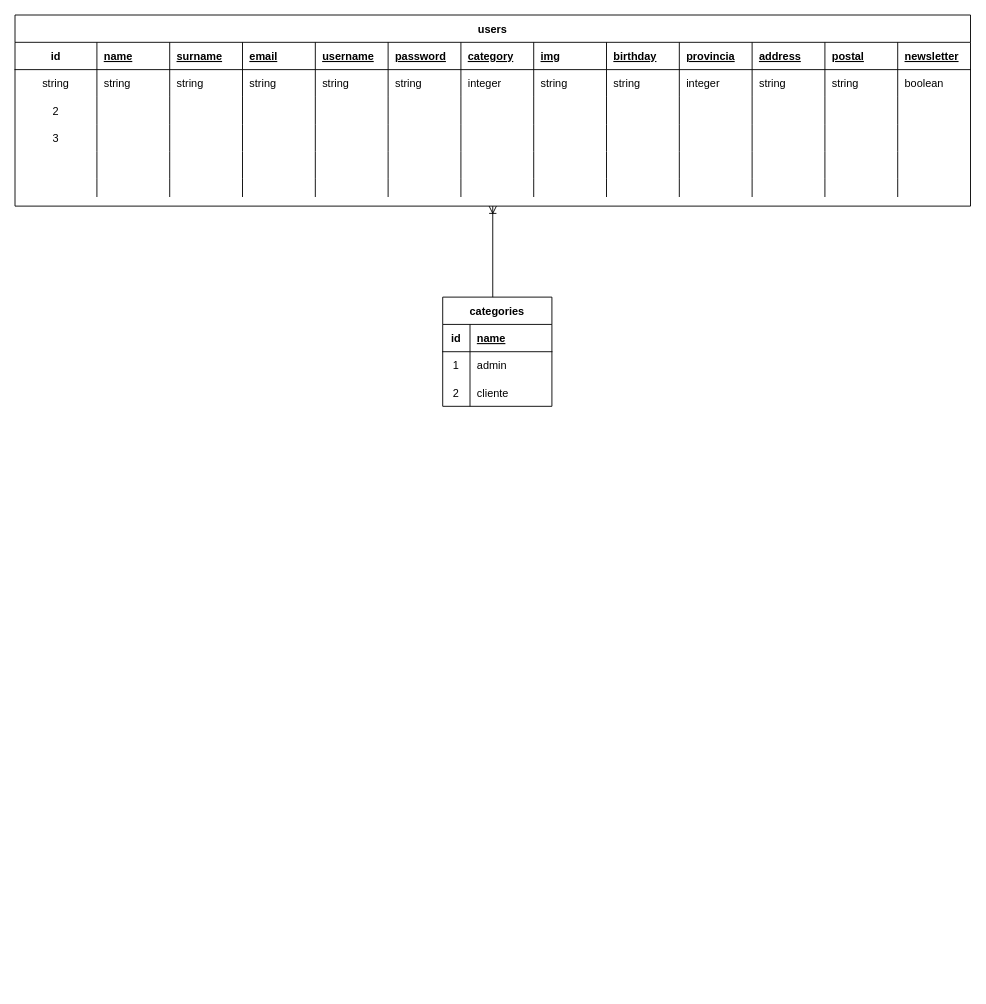
This is Untitled Diagram.drawio from mateocampillo/grupo_5_ropadeportiva, a draw.io file, before an edit. Source tidied: cells renumbered, new cells numbered last; positions are measured from the earlier drawing's top-left corner, leaving out a move shared by most shapes. Both pictures are drawn from the tidied source at 91%, with x=0, y=0 at pixel (15, 15).
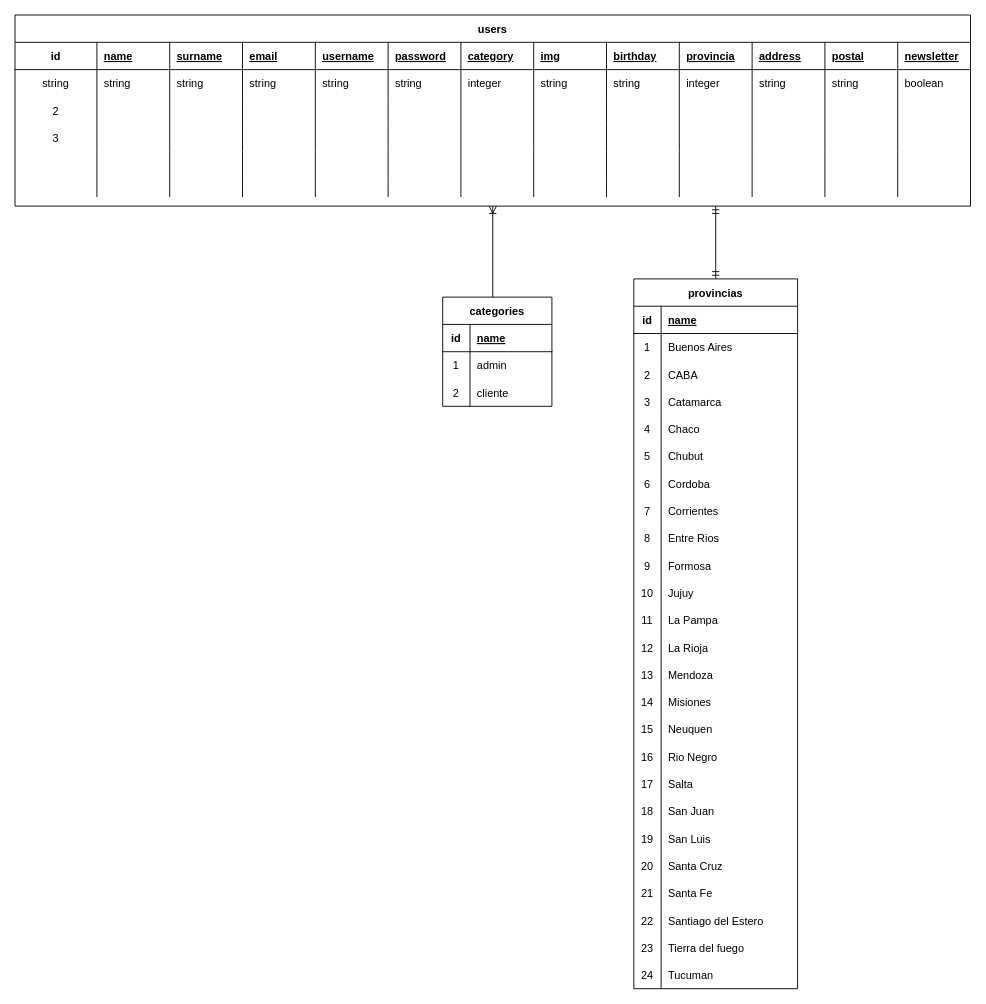
After the change.

Commit message:
tabla provincias

Change to the diagram source:
```diff
@@
+    <mxCell id="98" value="provincias" style="shape=table;startSize=30;childLayout=tableLayout;rowLines=0;fontStyle=1;align=center;" parent="1" vertex="1">
+      <mxGeometry x="680" y="290" width="180" height="780" as="geometry" />
+    </mxCell>
+    <mxCell id="99" style="shape=tableRow;horizontal=0;startSize=0;swimlaneHead=0;swimlaneBody=0;fillColor=none;top=0;left=0;right=0;bottom=1;" parent="98" vertex="1">
+      <mxGeometry y="30" width="180" height="30" as="geometry" />
+    </mxCell>
+    <mxCell id="100" value="id" style="shape=partialRectangle;fillColor=none;top=0;left=0;bottom=0;right=0;fontStyle=1;overflow=hidden;" parent="99" vertex="1">
+      <mxGeometry width="30" height="30" as="geometry" />
+    </mxCell>
+    <mxCell id="101" value="name" style="shape=partialRectangle;fillColor=none;top=0;left=0;bottom=0;right=0;align=left;spacingLeft=6;fontStyle=5;overflow=hidden;" parent="99" vertex="1">
+      <mxGeometry x="30" width="150" height="30" as="geometry" />
+    </mxCell>
+    <mxCell id="102" style="shape=tableRow;horizontal=0;startSize=0;swimlaneHead=0;swimlaneBody=0;fillColor=none;top=0;left=0;right=0;bottom=0;" parent="98" vertex="1">
+      <mxGeometry y="60" width="180" height="30" as="geometry" />
+    </mxCell>
+    <mxCell id="103" value="1" style="shape=partialRectangle;fillColor=none;top=0;left=0;bottom=0;right=0;overflow=hidden;" parent="102" vertex="1">
+      <mxGeometry width="30" height="30" as="geometry" />
+    </mxCell>
+    <mxCell id="104" value="Buenos Aires" style="shape=partialRectangle;fillColor=none;top=0;left=0;bottom=0;right=0;align=left;spacingLeft=6;overflow=hidden;" parent="102" vertex="1">
+      <mxGeometry x="30" width="150" height="30" as="geometry" />
+    </mxCell>
+    <mxCell id="105" style="shape=tableRow;horizontal=0;startSize=0;swimlaneHead=0;swimlaneBody=0;fillColor=none;top=0;left=0;right=0;bottom=0;" parent="98" vertex="1">
+      <mxGeometry y="90" width="180" height="30" as="geometry" />
+    </mxCell>
+    <mxCell id="106" value="2" style="shape=partialRectangle;fillColor=none;top=0;left=0;bottom=0;right=0;overflow=hidden;" parent="105" vertex="1">
+      <mxGeometry width="30" height="30" as="geometry" />
+    </mxCell>
+    <mxCell id="107" value="CABA" style="shape=partialRectangle;fillColor=none;top=0;left=0;bottom=0;right=0;align=left;spacingLeft=6;overflow=hidden;" parent="105" vertex="1">
+      <mxGeometry x="30" width="150" height="30" as="geometry" />
+    </mxCell>
+    <mxCell id="108" style="shape=tableRow;horizontal=0;startSize=0;swimlaneHead=0;swimlaneBody=0;fillColor=none;top=0;left=0;right=0;bottom=0;" parent="98" vertex="1">
+      <mxGeometry y="120" width="180" height="30" as="geometry" />
+    </mxCell>
+    <mxCell id="109" value="3" style="shape=partialRectangle;fillColor=none;top=0;left=0;bottom=0;right=0;overflow=hidden;" parent="108" vertex="1">
+      <mxGeometry width="30" height="30" as="geometry" />
+    </mxCell>
+    <mxCell id="110" value="Catamarca" style="shape=partialRectangle;fillColor=none;top=0;left=0;bottom=0;right=0;align=left;spacingLeft=6;overflow=hidden;" parent="108" vertex="1">
+      <mxGeometry x="30" width="150" height="30" as="geometry" />
+    </mxCell>
+    <mxCell id="111" style="shape=tableRow;horizontal=0;startSize=0;swimlaneHead=0;swimlaneBody=0;fillColor=none;top=0;left=0;right=0;bottom=0;" parent="98" vertex="1">
+      <mxGeometry y="150" width="180" height="30" as="geometry" />
+    </mxCell>
+    <mxCell id="112" value="4" style="shape=partialRectangle;fillColor=none;top=0;left=0;bottom=0;right=0;overflow=hidden;" parent="111" vertex="1">
+      <mxGeometry width="30" height="30" as="geometry" />
+    </mxCell>
+    <mxCell id="113" value="Chaco" style="shape=partialRectangle;fillColor=none;top=0;left=0;bottom=0;right=0;align=left;spacingLeft=6;overflow=hidden;" parent="111" vertex="1">
+      <mxGeometry x="30" width="150" height="30" as="geometry" />
+    </mxCell>
+    <mxCell id="114" style="shape=tableRow;horizontal=0;startSize=0;swimlaneHead=0;swimlaneBody=0;fillColor=none;top=0;left=0;right=0;bottom=0;" parent="98" vertex="1">
+      <mxGeometry y="180" width="180" height="30" as="geometry" />
+    </mxCell>
+    <mxCell id="115" value="5" style="shape=partialRectangle;fillColor=none;top=0;left=0;bottom=0;right=0;overflow=hidden;" parent="114" vertex="1">
+      <mxGeometry width="30" height="30" as="geometry" />
+    </mxCell>
+    <mxCell id="116" value="Chubut" style="shape=partialRectangle;fillColor=none;top=0;left=0;bottom=0;right=0;align=left;spacingLeft=6;overflow=hidden;" parent="114" vertex="1">
+      <mxGeometry x="30" width="150" height="30" as="geometry" />
+    </mxCell>
+    <mxCell id="117" style="shape=tableRow;horizontal=0;startSize=0;swimlaneHead=0;swimlaneBody=0;fillColor=none;top=0;left=0;right=0;bottom=0;" parent="98" vertex="1">
+      <mxGeometry y="210" width="180" height="30" as="geometry" />
+    </mxCell>
+    <mxCell id="118" value="6" style="shape=partialRectangle;fillColor=none;top=0;left=0;bottom=0;right=0;overflow=hidden;" parent="117" vertex="1">
+      <mxGeometry width="30" height="30" as="geometry" />
+    </mxCell>
+    <mxCell id="119" value="Cordoba" style="shape=partialRectangle;fillColor=none;top=0;left=0;bottom=0;right=0;align=left;spacingLeft=6;overflow=hidden;" parent="117" vertex="1">
+      <mxGeometry x="30" width="150" height="30" as="geometry" />
+    </mxCell>
+    <mxCell id="120" style="shape=tableRow;horizontal=0;startSize=0;swimlaneHead=0;swimlaneBody=0;fillColor=none;top=0;left=0;right=0;bottom=0;" parent="98" vertex="1">
+      <mxGeometry y="240" width="180" height="30" as="geometry" />
+    </mxCell>
+    <mxCell id="121" value="7" style="shape=partialRectangle;fillColor=none;top=0;left=0;bottom=0;right=0;overflow=hidden;" parent="120" vertex="1">
+      <mxGeometry width="30" height="30" as="geometry" />
+    </mxCell>
+    <mxCell id="122" value="Corrientes" style="shape=partialRectangle;fillColor=none;top=0;left=0;bottom=0;right=0;align=left;spacingLeft=6;overflow=hidden;" parent="120" vertex="1">
+      <mxGeometry x="30" width="150" height="30" as="geometry" />
+    </mxCell>
+    <mxCell id="123" style="shape=tableRow;horizontal=0;startSize=0;swimlaneHead=0;swimlaneBody=0;fillColor=none;top=0;left=0;right=0;bottom=0;" parent="98" vertex="1">
+      <mxGeometry y="270" width="180" height="30" as="geometry" />
+    </mxCell>
+    <mxCell id="124" value="8" style="shape=partialRectangle;fillColor=none;top=0;left=0;bottom=0;right=0;overflow=hidden;" parent="123" vertex="1">
+      <mxGeometry width="30" height="30" as="geometry" />
+    </mxCell>
+    <mxCell id="125" value="Entre Rios" style="shape=partialRectangle;fillColor=none;top=0;left=0;bottom=0;right=0;align=left;spacingLeft=6;overflow=hidden;" parent="123" vertex="1">
+      <mxGeometry x="30" width="150" height="30" as="geometry" />
+    </mxCell>
+    <mxCell id="126" style="shape=tableRow;horizontal=0;startSize=0;swimlaneHead=0;swimlaneBody=0;fillColor=none;top=0;left=0;right=0;bottom=0;" parent="98" vertex="1">
+      <mxGeometry y="300" width="180" height="30" as="geometry" />
+    </mxCell>
+    <mxCell id="127" value="9" style="shape=partialRectangle;fillColor=none;top=0;left=0;bottom=0;right=0;overflow=hidden;" parent="126" vertex="1">
+      <mxGeometry width="30" height="30" as="geometry" />
+    </mxCell>
+    <mxCell id="128" value="Formosa" style="shape=partialRectangle;fillColor=none;top=0;left=0;bottom=0;right=0;align=left;spacingLeft=6;overflow=hidden;" parent="126" vertex="1">
+      <mxGeometry x="30" width="150" height="30" as="geometry" />
+    </mxCell>
+    <mxCell id="129" style="shape=tableRow;horizontal=0;startSize=0;swimlaneHead=0;swimlaneBody=0;fillColor=none;top=0;left=0;right=0;bottom=0;" parent="98" vertex="1">
+      <mxGeometry y="330" width="180" height="30" as="geometry" />
+    </mxCell>
+    <mxCell id="130" value="10" style="shape=partialRectangle;fillColor=none;top=0;left=0;bottom=0;right=0;overflow=hidden;" parent="129" vertex="1">
+      <mxGeometry width="30" height="30" as="geometry" />
+    </mxCell>
+    <mxCell id="131" value="Jujuy" style="shape=partialRectangle;fillColor=none;top=0;left=0;bottom=0;right=0;align=left;spacingLeft=6;overflow=hidden;" parent="129" vertex="1">
+      <mxGeometry x="30" width="150" height="30" as="geometry" />
+    </mxCell>
+    <mxCell id="132" style="shape=tableRow;horizontal=0;startSize=0;swimlaneHead=0;swimlaneBody=0;fillColor=none;top=0;left=0;right=0;bottom=0;" parent="98" vertex="1">
+      <mxGeometry y="360" width="180" height="30" as="geometry" />
+    </mxCell>
+    <mxCell id="133" value="11" style="shape=partialRectangle;fillColor=none;top=0;left=0;bottom=0;right=0;overflow=hidden;" parent="132" vertex="1">
+      <mxGeometry width="30" height="30" as="geometry" />
+    </mxCell>
+    <mxCell id="134" value="La Pampa" style="shape=partialRectangle;fillColor=none;top=0;left=0;bottom=0;right=0;align=left;spacingLeft=6;overflow=hidden;" parent="132" vertex="1">
+      <mxGeometry x="30" width="150" height="30" as="geometry" />
+    </mxCell>
+    <mxCell id="135" style="shape=tableRow;horizontal=0;startSize=0;swimlaneHead=0;swimlaneBody=0;fillColor=none;top=0;left=0;right=0;bottom=0;" parent="98" vertex="1">
+      <mxGeometry y="390" width="180" height="30" as="geometry" />
+    </mxCell>
+    <mxCell id="136" value="12" style="shape=partialRectangle;fillColor=none;top=0;left=0;bottom=0;right=0;overflow=hidden;" parent="135" vertex="1">
+      <mxGeometry width="30" height="30" as="geometry" />
+    </mxCell>
+    <mxCell id="137" value="La Rioja" style="shape=partialRectangle;fillColor=none;top=0;left=0;bottom=0;right=0;align=left;spacingLeft=6;overflow=hidden;" parent="135" vertex="1">
+      <mxGeometry x="30" width="150" height="30" as="geometry" />
+    </mxCell>
+    <mxCell id="138" style="shape=tableRow;horizontal=0;startSize=0;swimlaneHead=0;swimlaneBody=0;fillColor=none;top=0;left=0;right=0;bottom=0;" parent="98" vertex="1">
+      <mxGeometry y="420" width="180" height="30" as="geometry" />
+    </mxCell>
+    <mxCell id="139" value="13" style="shape=partialRectangle;fillColor=none;top=0;left=0;bottom=0;right=0;overflow=hidden;" parent="138" vertex="1">
+      <mxGeometry width="30" height="30" as="geometry" />
+    </mxCell>
+    <mxCell id="140" value="Mendoza" style="shape=partialRectangle;fillColor=none;top=0;left=0;bottom=0;right=0;align=left;spacingLeft=6;overflow=hidden;" parent="138" vertex="1">
+      <mxGeometry x="30" width="150" height="30" as="geometry" />
+    </mxCell>
+    <mxCell id="141" style="shape=tableRow;horizontal=0;startSize=0;swimlaneHead=0;swimlaneBody=0;fillColor=none;top=0;left=0;right=0;bottom=0;" parent="98" vertex="1">
+      <mxGeometry y="450" width="180" height="30" as="geometry" />
+    </mxCell>
+    <mxCell id="142" value="14" style="shape=partialRectangle;fillColor=none;top=0;left=0;bottom=0;right=0;overflow=hidden;" parent="141" vertex="1">
+      <mxGeometry width="30" height="30" as="geometry" />
+    </mxCell>
+    <mxCell id="143" value="Misiones" style="shape=partialRectangle;fillColor=none;top=0;left=0;bottom=0;right=0;align=left;spacingLeft=6;overflow=hidden;" parent="141" vertex="1">
+      <mxGeometry x="30" width="150" height="30" as="geometry" />
+    </mxCell>
+    <mxCell id="144" style="shape=tableRow;horizontal=0;startSize=0;swimlaneHead=0;swimlaneBody=0;fillColor=none;top=0;left=0;right=0;bottom=0;" parent="98" vertex="1">
+      <mxGeometry y="480" width="180" height="30" as="geometry" />
+    </mxCell>
+    <mxCell id="145" value="15" style="shape=partialRectangle;fillColor=none;top=0;left=0;bottom=0;right=0;overflow=hidden;" parent="144" vertex="1">
+      <mxGeometry width="30" height="30" as="geometry" />
+    </mxCell>
+    <mxCell id="146" value="Neuquen" style="shape=partialRectangle;fillColor=none;top=0;left=0;bottom=0;right=0;align=left;spacingLeft=6;overflow=hidden;" parent="144" vertex="1">
+      <mxGeometry x="30" width="150" height="30" as="geometry" />
+    </mxCell>
+    <mxCell id="147" style="shape=tableRow;horizontal=0;startSize=0;swimlaneHead=0;swimlaneBody=0;fillColor=none;top=0;left=0;right=0;bottom=0;" parent="98" vertex="1">
+      <mxGeometry y="510" width="180" height="30" as="geometry" />
+    </mxCell>
+    <mxCell id="148" value="16" style="shape=partialRectangle;fillColor=none;top=0;left=0;bottom=0;right=0;overflow=hidden;" parent="147" vertex="1">
+      <mxGeometry width="30" height="30" as="geometry" />
+    </mxCell>
+    <mxCell id="149" value="Rio Negro" style="shape=partialRectangle;fillColor=none;top=0;left=0;bottom=0;right=0;align=left;spacingLeft=6;overflow=hidden;" parent="147" vertex="1">
+      <mxGeometry x="30" width="150" height="30" as="geometry" />
+    </mxCell>
+    <mxCell id="150" style="shape=tableRow;horizontal=0;startSize=0;swimlaneHead=0;swimlaneBody=0;fillColor=none;top=0;left=0;right=0;bottom=0;" parent="98" vertex="1">
+      <mxGeometry y="540" width="180" height="30" as="geometry" />
+    </mxCell>
+    <mxCell id="151" value="17" style="shape=partialRectangle;fillColor=none;top=0;left=0;bottom=0;right=0;overflow=hidden;" parent="150" vertex="1">
+      <mxGeometry width="30" height="30" as="geometry" />
+    </mxCell>
+    <mxCell id="152" value="Salta" style="shape=partialRectangle;fillColor=none;top=0;left=0;bottom=0;right=0;align=left;spacingLeft=6;overflow=hidden;" parent="150" vertex="1">
+      <mxGeometry x="30" width="150" height="30" as="geometry" />
+    </mxCell>
+    <mxCell id="153" style="shape=tableRow;horizontal=0;startSize=0;swimlaneHead=0;swimlaneBody=0;fillColor=none;top=0;left=0;right=0;bottom=0;" parent="98" vertex="1">
+      <mxGeometry y="570" width="180" height="30" as="geometry" />
+    </mxCell>
+    <mxCell id="154" value="18" style="shape=partialRectangle;fillColor=none;top=0;left=0;bottom=0;right=0;overflow=hidden;" parent="153" vertex="1">
+      <mxGeometry width="30" height="30" as="geometry" />
+    </mxCell>
+    <mxCell id="155" value="San Juan" style="shape=partialRectangle;fillColor=none;top=0;left=0;bottom=0;right=0;align=left;spacingLeft=6;overflow=hidden;" parent="153" vertex="1">
+      <mxGeometry x="30" width="150" height="30" as="geometry" />
+    </mxCell>
+    <mxCell id="156" style="shape=tableRow;horizontal=0;startSize=0;swimlaneHead=0;swimlaneBody=0;fillColor=none;top=0;left=0;right=0;bottom=0;" parent="98" vertex="1">
+      <mxGeometry y="600" width="180" height="30" as="geometry" />
+    </mxCell>
+    <mxCell id="157" value="19" style="shape=partialRectangle;fillColor=none;top=0;left=0;bottom=0;right=0;overflow=hidden;" parent="156" vertex="1">
+      <mxGeometry width="30" height="30" as="geometry" />
+    </mxCell>
+    <mxCell id="158" value="San Luis" style="shape=partialRectangle;fillColor=none;top=0;left=0;bottom=0;right=0;align=left;spacingLeft=6;overflow=hidden;" parent="156" vertex="1">
+      <mxGeometry x="30" width="150" height="30" as="geometry" />
+    </mxCell>
+    <mxCell id="159" style="shape=tableRow;horizontal=0;startSize=0;swimlaneHead=0;swimlaneBody=0;fillColor=none;top=0;left=0;right=0;bottom=0;" parent="98" vertex="1">
+      <mxGeometry y="630" width="180" height="30" as="geometry" />
+    </mxCell>
+    <mxCell id="160" value="20" style="shape=partialRectangle;fillColor=none;top=0;left=0;bottom=0;right=0;overflow=hidden;" parent="159" vertex="1">
+      <mxGeometry width="30" height="30" as="geometry" />
+    </mxCell>
+    <mxCell id="161" value="Santa Cruz" style="shape=partialRectangle;fillColor=none;top=0;left=0;bottom=0;right=0;align=left;spacingLeft=6;overflow=hidden;" parent="159" vertex="1">
+      <mxGeometry x="30" width="150" height="30" as="geometry" />
+    </mxCell>
+    <mxCell id="162" style="shape=tableRow;horizontal=0;startSize=0;swimlaneHead=0;swimlaneBody=0;fillColor=none;top=0;left=0;right=0;bottom=0;" parent="98" vertex="1">
+      <mxGeometry y="660" width="180" height="30" as="geometry" />
+    </mxCell>
+    <mxCell id="163" value="21" style="shape=partialRectangle;fillColor=none;top=0;left=0;bottom=0;right=0;overflow=hidden;" parent="162" vertex="1">
+      <mxGeometry width="30" height="30" as="geometry" />
+    </mxCell>
+    <mxCell id="164" value="Santa Fe" style="shape=partialRectangle;fillColor=none;top=0;left=0;bottom=0;right=0;align=left;spacingLeft=6;overflow=hidden;" parent="162" vertex="1">
+      <mxGeometry x="30" width="150" height="30" as="geometry" />
+    </mxCell>
+    <mxCell id="165" style="shape=tableRow;horizontal=0;startSize=0;swimlaneHead=0;swimlaneBody=0;fillColor=none;top=0;left=0;right=0;bottom=0;" parent="98" vertex="1">
+      <mxGeometry y="690" width="180" height="30" as="geometry" />
+    </mxCell>
+    <mxCell id="166" value="22" style="shape=partialRectangle;fillColor=none;top=0;left=0;bottom=0;right=0;overflow=hidden;" parent="165" vertex="1">
+      <mxGeometry width="30" height="30" as="geometry" />
+    </mxCell>
+    <mxCell id="167" value="Santiago del Estero" style="shape=partialRectangle;fillColor=none;top=0;left=0;bottom=0;right=0;align=left;spacingLeft=6;overflow=hidden;" parent="165" vertex="1">
+      <mxGeometry x="30" width="150" height="30" as="geometry" />
+    </mxCell>
+    <mxCell id="168" style="shape=tableRow;horizontal=0;startSize=0;swimlaneHead=0;swimlaneBody=0;fillColor=none;top=0;left=0;right=0;bottom=0;" parent="98" vertex="1">
+      <mxGeometry y="720" width="180" height="30" as="geometry" />
+    </mxCell>
+    <mxCell id="169" value="23" style="shape=partialRectangle;fillColor=none;top=0;left=0;bottom=0;right=0;overflow=hidden;" parent="168" vertex="1">
+      <mxGeometry width="30" height="30" as="geometry" />
+    </mxCell>
+    <mxCell id="170" value="Tierra del fuego" style="shape=partialRectangle;fillColor=none;top=0;left=0;bottom=0;right=0;align=left;spacingLeft=6;overflow=hidden;" parent="168" vertex="1">
+      <mxGeometry x="30" width="150" height="30" as="geometry" />
+    </mxCell>
+    <mxCell id="171" style="shape=tableRow;horizontal=0;startSize=0;swimlaneHead=0;swimlaneBody=0;fillColor=none;top=0;left=0;right=0;bottom=0;" parent="98" vertex="1">
+      <mxGeometry y="750" width="180" height="30" as="geometry" />
+    </mxCell>
+    <mxCell id="172" value="24" style="shape=partialRectangle;fillColor=none;top=0;left=0;bottom=0;right=0;overflow=hidden;" parent="171" vertex="1">
+      <mxGeometry width="30" height="30" as="geometry" />
+    </mxCell>
+    <mxCell id="173" value="Tucuman" style="shape=partialRectangle;fillColor=none;top=0;left=0;bottom=0;right=0;align=left;spacingLeft=6;overflow=hidden;" parent="171" vertex="1">
+      <mxGeometry x="30" width="150" height="30" as="geometry" />
+    </mxCell>
+    <mxCell id="174" style="fontSize=12;html=1;endArrow=ERmandOne;startArrow=ERmandOne;rounded=0;exitX=0.5;exitY=0;exitDx=0;exitDy=0;exitPerimeter=0;" parent="1" edge="1" source="98">
+      <mxGeometry relative="1" as="geometry">
+        <mxPoint x="770" y="210" as="targetPoint" />
+      </mxGeometry>
+    </mxCell>
```
